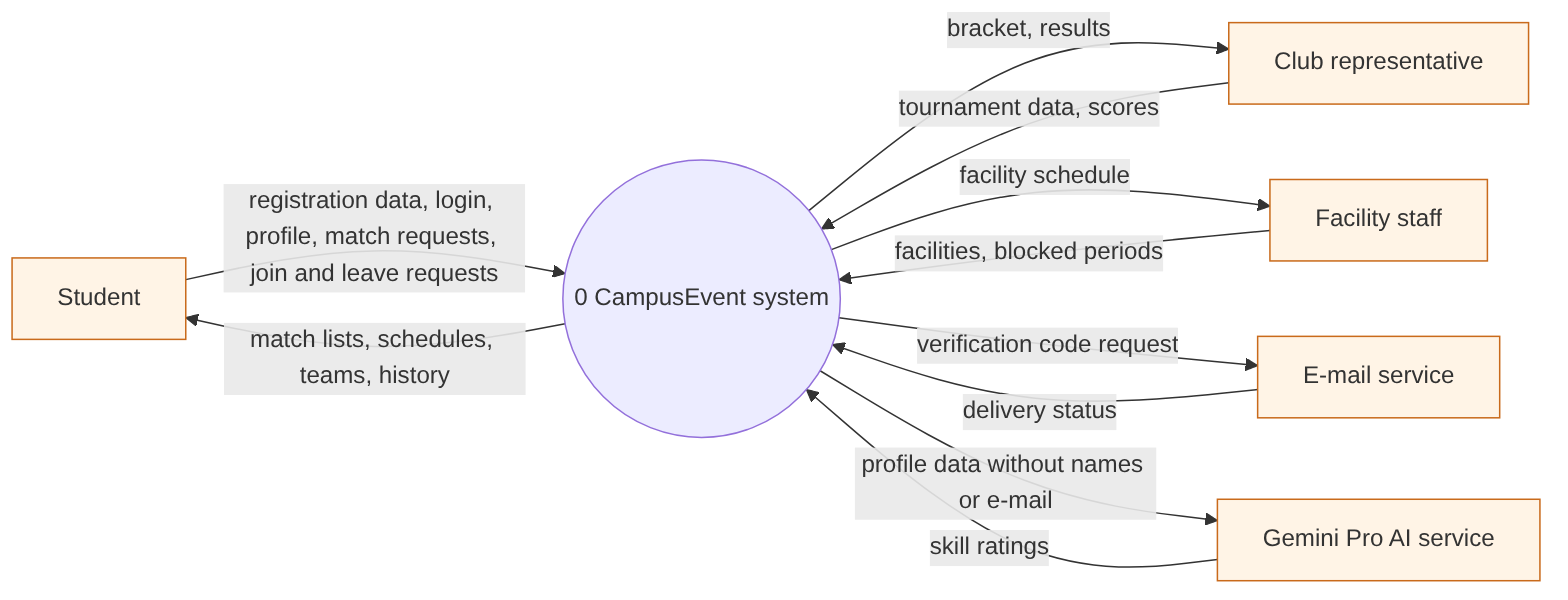
emir-heval-arda-harun/CMPE-331-project keeps this Mermaid diagram as docs/analysis/process/dfd_level0_context.png. Above is the earlier version. Its source is kept beside it as docs/analysis/process/dfd_level0_context.mmd.
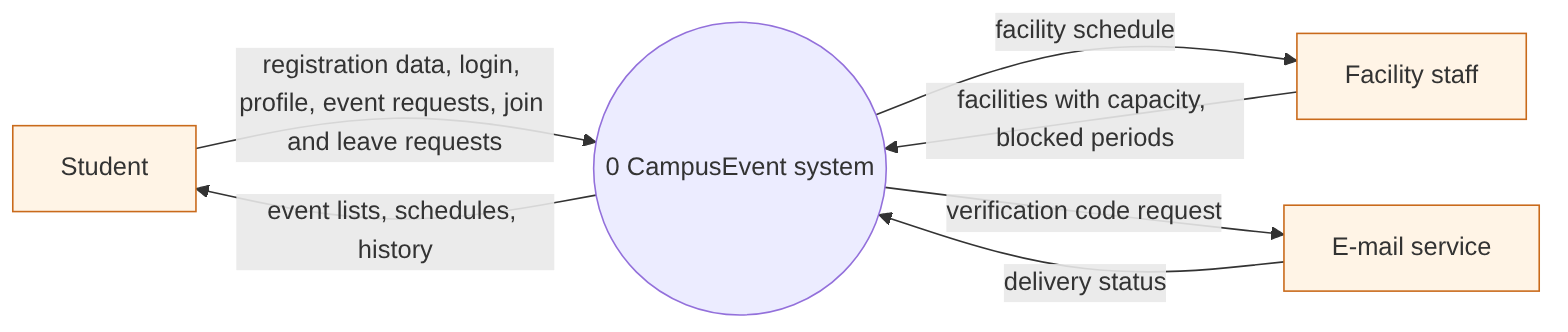
Later version of the same file.

Diff of the diagram source:
```diff
@@ -1,18 +1,12 @@
 flowchart LR
     stu[Student]:::ext
-    club[Club representative]:::ext
     staff[Facility staff]:::ext
     mail[E-mail service]:::ext
-    ai[Gemini Pro AI service]:::ext
     sys((0 CampusEvent system))
-    stu -- registration data, login, profile, match requests, join and leave requests --> sys
-    sys -- match lists, schedules, teams, history --> stu
-    club -- tournament data, scores --> sys
-    sys -- bracket, results --> club
-    staff -- facilities, blocked periods --> sys
+    stu -- registration data, login, profile, event requests, join and leave requests --> sys
+    sys -- event lists, schedules, history --> stu
+    staff -- facilities with capacity, blocked periods --> sys
     sys -- facility schedule --> staff
     sys -- verification code request --> mail
     mail -- delivery status --> sys
-    sys -- profile data without names or e-mail --> ai
-    ai -- skill ratings --> sys
     classDef ext fill:#fff4e6,stroke:#c96a1b
```
